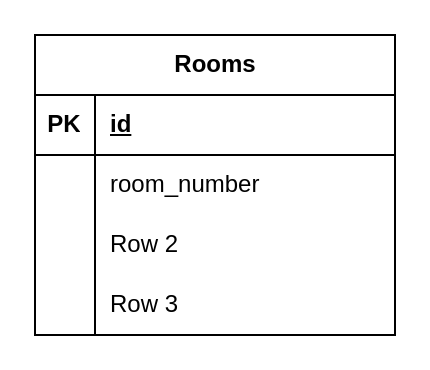
This is QLPT.drawio from duongnguyen286/Diagram, a draw.io file, before an edit. Source tidied: cells renumbered, new cells numbered last; positions are measured from the earlier drawing's top-left corner, leaving out a move shared by most shapes. Both pictures are drawn from the tidied source at 200%, with x=0, y=0 at pixel (34, 34).
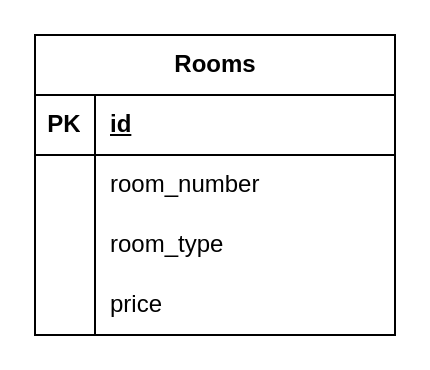
After the change.

Commit message (it also covers changes not shown here):
Cập nhật QLPT.drawio

What changed in the source:
```diff
@@
 <mxGraphModel>
   <root>
     <mxCell id="0" />
     <mxCell id="1" parent="0" />
     <mxCell id="2" value="Rooms" style="shape=table;startSize=30;childLayout=tableLayout;rowLines=0;fontStyle=1;align=center;html=1;" parent="1" vertex="1">
       <mxGeometry width="180" height="150" as="geometry" />
     </mxCell>
     <mxCell id="3" style="shape=tableRow;horizontal=0;startSize=0;swimlaneHead=0;swimlaneBody=0;fillColor=none;top=0;left=0;right=0;bottom=1;" parent="2" vertex="1">
       <mxGeometry y="30" width="180" height="30" as="geometry" />
     </mxCell>
     <mxCell id="4" value="PK" style="shape=partialRectangle;fillColor=none;top=0;left=0;bottom=0;right=0;fontStyle=1;overflow=hidden;whiteSpace=wrap;html=1;" parent="3" vertex="1">
       <mxGeometry width="30" height="30" as="geometry" />
     </mxCell>
     <mxCell id="5" value="id" style="shape=partialRectangle;fillColor=none;top=0;left=0;bottom=0;right=0;align=left;spacingLeft=6;fontStyle=5;overflow=hidden;whiteSpace=wrap;html=1;" parent="3" vertex="1">
       <mxGeometry x="30" width="150" height="30" as="geometry" />
     </mxCell>
     <mxCell id="6" style="shape=tableRow;horizontal=0;startSize=0;swimlaneHead=0;swimlaneBody=0;fillColor=none;top=0;left=0;right=0;bottom=0;" parent="2" vertex="1">
       <mxGeometry y="60" width="180" height="30" as="geometry" />
     </mxCell>
     <mxCell id="7" style="shape=partialRectangle;fillColor=none;top=0;left=0;bottom=0;right=0;overflow=hidden;whiteSpace=wrap;html=1;" parent="6" vertex="1">
       <mxGeometry width="30" height="30" as="geometry" />
     </mxCell>
     <mxCell id="8" value="room_number" style="shape=partialRectangle;fillColor=none;top=0;left=0;bottom=0;right=0;align=left;spacingLeft=6;overflow=hidden;whiteSpace=wrap;html=1;" parent="6" vertex="1">
       <mxGeometry x="30" width="150" height="30" as="geometry" />
     </mxCell>
     <mxCell id="9" style="shape=tableRow;horizontal=0;startSize=0;swimlaneHead=0;swimlaneBody=0;fillColor=none;top=0;left=0;right=0;bottom=0;" parent="2" vertex="1">
       <mxGeometry y="90" width="180" height="30" as="geometry" />
     </mxCell>
     <mxCell id="10" style="shape=partialRectangle;fillColor=none;top=0;left=0;bottom=0;right=0;overflow=hidden;whiteSpace=wrap;html=1;" parent="9" vertex="1">
       <mxGeometry width="30" height="30" as="geometry" />
     </mxCell>
-    <mxCell id="11" value="Row 2" style="shape=partialRectangle;fillColor=none;top=0;left=0;bottom=0;right=0;align=left;spacingLeft=6;overflow=hidden;whiteSpace=wrap;html=1;" parent="9" vertex="1">
+    <mxCell id="11" value="room_type" style="shape=partialRectangle;fillColor=none;top=0;left=0;bottom=0;right=0;align=left;spacingLeft=6;overflow=hidden;whiteSpace=wrap;html=1;" parent="9" vertex="1">
       <mxGeometry x="30" width="150" height="30" as="geometry" />
     </mxCell>
     <mxCell id="12" style="shape=tableRow;horizontal=0;startSize=0;swimlaneHead=0;swimlaneBody=0;fillColor=none;top=0;left=0;right=0;bottom=0;" parent="2" vertex="1">
       <mxGeometry y="120" width="180" height="30" as="geometry" />
     </mxCell>
     <mxCell id="13" style="shape=partialRectangle;fillColor=none;top=0;left=0;bottom=0;right=0;overflow=hidden;whiteSpace=wrap;html=1;" parent="12" vertex="1">
       <mxGeometry width="30" height="30" as="geometry" />
     </mxCell>
-    <mxCell id="14" value="Row 3" style="shape=partialRectangle;fillColor=none;top=0;left=0;bottom=0;right=0;align=left;spacingLeft=6;overflow=hidden;whiteSpace=wrap;html=1;" parent="12" vertex="1">
+    <mxCell id="14" value="price" style="shape=partialRectangle;fillColor=none;top=0;left=0;bottom=0;right=0;align=left;spacingLeft=6;overflow=hidden;whiteSpace=wrap;html=1;" parent="12" vertex="1">
       <mxGeometry x="30" width="150" height="30" as="geometry" />
     </mxCell>
   </root>
 </mxGraphModel>
```
